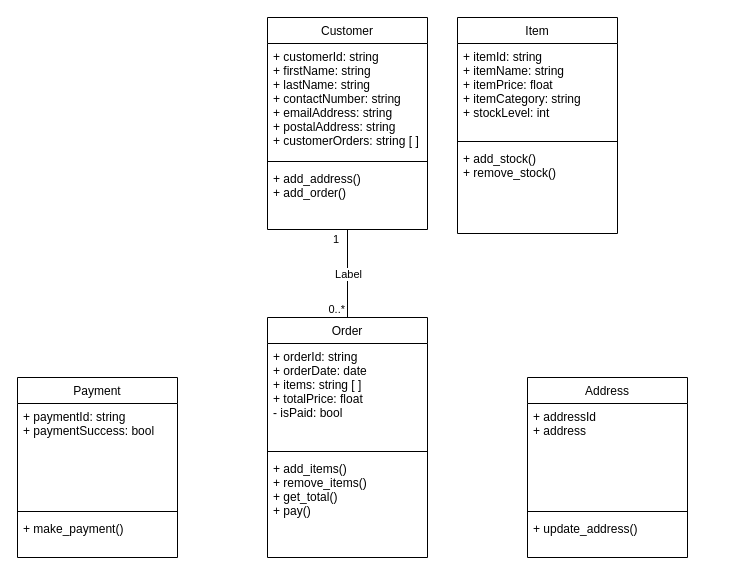
The draw.io diagram Untitled Diagram.drawio in wipom/school-dataStructures, before the edit. Source tidied: cells renumbered, new cells numbered last; positions are measured from the earlier drawing's top-left corner, leaving out a move shared by most shapes. Both pictures are drawn from the tidied source at 100%, with x=0, y=0 at pixel (17, 17).
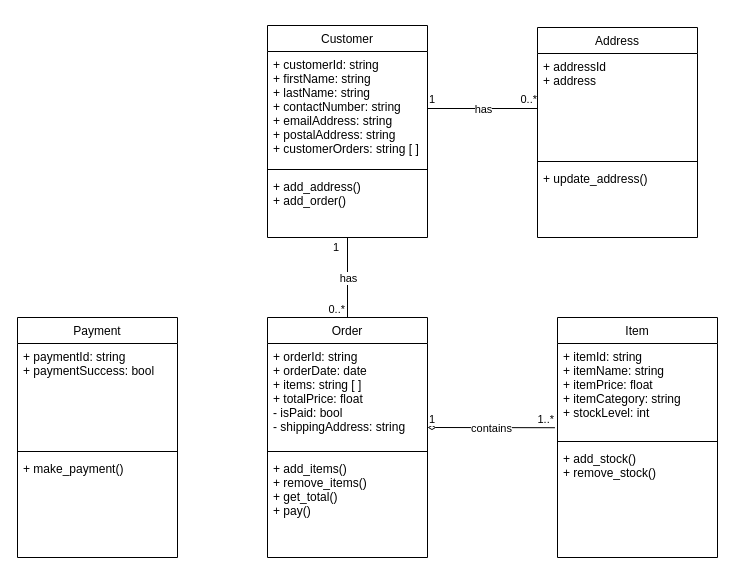
The same diagram, later.

Unchanged cells that the change refers to:
```xml
<mxCell id="3" value="+ customerId: string&#10;+ firstName: string&#10;+ lastName: string&#10;+ contactNumber: string&#10;+ emailAddress: string&#10;+ postalAddress: string&#10;+ customerOrders: string [ ]" style="text;align=left;verticalAlign=top;spacingLeft=4;spacingRight=4;overflow=hidden;points=[[0,0.5],[1,0.5]];portConstraint=eastwest;rounded=0;shadow=0;html=0;" parent="2" vertex="1">
  <mxGeometry y="26" width="160" height="114" as="geometry" />
</mxCell>
<mxCell id="6" value="Order" style="swimlane;fontStyle=0;align=center;verticalAlign=top;horizontal=1;startSize=26;rounded=0;shadow=0;strokeWidth=1;" parent="1" vertex="1">
  <mxGeometry x="250" y="300" width="160" height="240" as="geometry" />
</mxCell>
<mxCell id="11" value="+ itemId: string&#10;+ itemName: string&#10;+ itemPrice: float&#10;+ itemCategory: string&#10;+ stockLevel: int" style="text;align=left;verticalAlign=top;spacingLeft=4;spacingRight=4;overflow=hidden;points=[[0,0.5],[1,0.5]];portConstraint=eastwest;" parent="10" vertex="1">
  <mxGeometry y="26" width="160" height="94" as="geometry" />
</mxCell>
<mxCell id="22" style="endArrow=none;html=1;rounded=0;exitX=0.5;exitY=1;exitDx=0;exitDy=0;entryX=0.5;entryY=0;entryDx=0;entryDy=0;endFill=0;" parent="1" edge="1" source="2" target="6">
  <mxGeometry relative="1" as="geometry" />
</mxCell>
```

Diff of the diagram source:
```diff
@@
     <mxCell id="2" value="Customer" style="swimlane;fontStyle=0;align=center;verticalAlign=top;horizontal=1;startSize=26;rounded=0;shadow=0;strokeWidth=1;" parent="1" vertex="1">
-      <mxGeometry x="250" width="160" height="212" as="geometry" />
+      <mxGeometry x="250" y="8" width="160" height="212" as="geometry" />
     </mxCell>
@@
-    <mxCell id="7" value="+ orderId: string&#10;+ orderDate: date&#10;+ items: string [ ]&#10;+ totalPrice: float&#10;- isPaid: bool" style="text;align=left;verticalAlign=top;spacingLeft=4;spacingRight=4;overflow=hidden;" parent="6" vertex="1">
+    <mxCell id="7" value="+ orderId: string&#10;+ orderDate: date&#10;+ items: string [ ]&#10;+ totalPrice: float&#10;- isPaid: bool&#10;- shippingAddress: string" style="text;align=left;verticalAlign=top;spacingLeft=4;spacingRight=4;overflow=hidden;" parent="6" vertex="1">
       <mxGeometry y="26" width="160" height="104" as="geometry" />
     </mxCell>
+    <mxCell id="26" style="endArrow=none;html=1;rounded=0;entryX=-0.016;entryY=0.896;entryDx=0;entryDy=0;entryPerimeter=0;startArrow=diamondThin;startFill=0;endFill=0;" parent="6" edge="1" target="11">
+      <mxGeometry relative="1" as="geometry">
+        <mxPoint x="160" y="110" as="sourcePoint" />
+      </mxGeometry>
+    </mxCell>
+    <mxCell id="27" value="contains" style="edgeLabel;html=1;align=center;verticalAlign=middle;" parent="26" vertex="1">
+      <mxGeometry relative="1" as="geometry" />
+    </mxCell>
+    <mxCell id="28" value="1" style="edgeLabel;html=1;align=left;verticalAlign=bottom;" parent="26" vertex="1">
+      <mxGeometry x="-1" relative="1" as="geometry" />
+    </mxCell>
+    <mxCell id="29" value="1..*" style="edgeLabel;html=1;align=right;verticalAlign=bottom;" parent="26" vertex="1">
+      <mxGeometry x="1" relative="1" as="geometry" />
+    </mxCell>
@@
     <mxCell id="10" value="Item" style="swimlane;fontStyle=0;align=center;verticalAlign=top;horizontal=1;startSize=26;rounded=0;shadow=0;strokeWidth=1;" parent="1" vertex="1">
-      <mxGeometry x="440" width="160" height="216" as="geometry" />
+      <mxGeometry x="540" y="300" width="160" height="240" as="geometry" />
     </mxCell>
@@
     <mxCell id="14" value="Payment" style="swimlane;fontStyle=0;align=center;verticalAlign=top;horizontal=1;startSize=26;rounded=0;shadow=0;strokeWidth=1;" parent="1" vertex="1">
-      <mxGeometry y="360" width="160" height="180" as="geometry" />
+      <mxGeometry y="300" width="160" height="240" as="geometry" />
     </mxCell>
@@
     <mxCell id="18" value="Address" style="swimlane;fontStyle=0;align=center;verticalAlign=top;horizontal=1;startSize=26;rounded=0;shadow=0;strokeWidth=1;" parent="1" vertex="1">
-      <mxGeometry x="510" y="360" width="160" height="180" as="geometry" />
+      <mxGeometry x="520" y="10" width="160" height="210" as="geometry" />
     </mxCell>
@@
-    <mxCell id="23" value="Label" style="edgeLabel;html=1;align=center;verticalAlign=middle;" parent="22" vertex="1">
+    <mxCell id="23" value="has" style="edgeLabel;html=1;align=center;verticalAlign=middle;" parent="22" vertex="1">
       <mxGeometry relative="1" as="geometry" />
     </mxCell>
@@
+    <mxCell id="30" style="endArrow=none;html=1;rounded=0;endFill=0;startArrow=none;startFill=0;" parent="1" edge="1" source="3">
+      <mxGeometry relative="1" as="geometry">
+        <mxPoint x="520" y="91" as="targetPoint" />
+      </mxGeometry>
+    </mxCell>
+    <mxCell id="31" value="has" style="edgeLabel;html=1;align=center;verticalAlign=middle;" parent="30" vertex="1">
+      <mxGeometry relative="1" as="geometry" />
+    </mxCell>
+    <mxCell id="32" value="1" style="edgeLabel;html=1;align=left;verticalAlign=bottom;" parent="30" vertex="1">
+      <mxGeometry x="-1" relative="1" as="geometry">
+        <mxPoint y="-1" as="offset" />
+      </mxGeometry>
+    </mxCell>
+    <mxCell id="33" value="0..*" style="edgeLabel;html=1;align=right;verticalAlign=bottom;" parent="30" vertex="1">
+      <mxGeometry x="1" relative="1" as="geometry">
+        <mxPoint y="-1" as="offset" />
+      </mxGeometry>
+    </mxCell>
```
